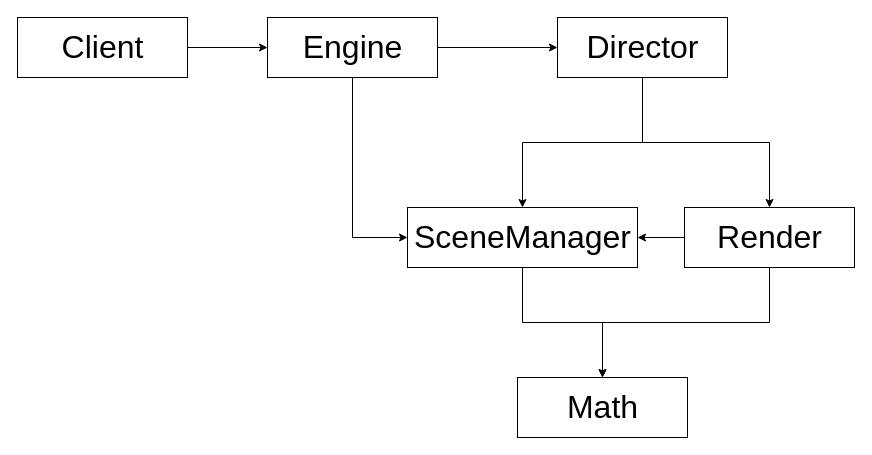
Before: packages/积木模式/store_after/UML.drawio in yyc-git/3DProgramPattern, a draw.io diagram. Source tidied: cells renumbered, new cells numbered last; positions are measured from the earlier drawing's top-left corner, leaving out a move shared by most shapes. Both pictures are drawn from the tidied source at 100%, with x=0, y=0 at pixel (17, 17).
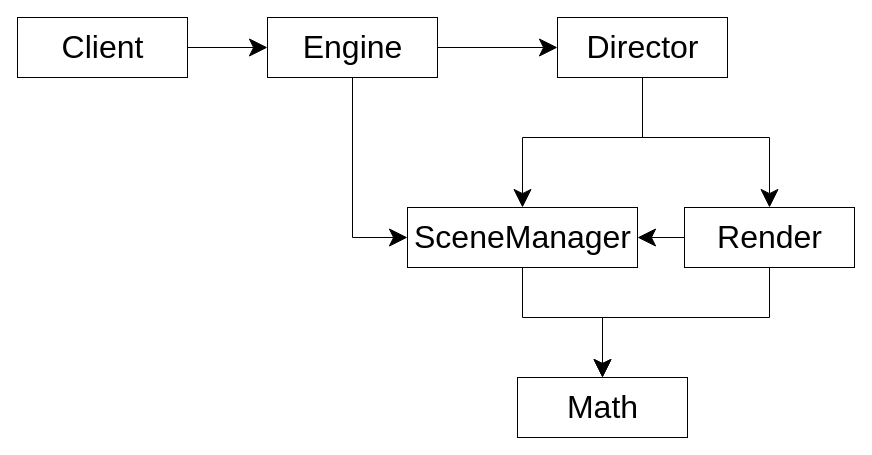
Above is the later version.

Diff of the diagram source:
```diff
@@
 <mxGraphModel>
   <root>
     <mxCell id="0" />
     <mxCell id="1" parent="0" />
-    <mxCell id="2" style="edgeStyle=orthogonalEdgeStyle;rounded=0;jettySize=auto;html=1;" parent="1" edge="1" source="3" target="6">
+    <mxCell id="2" style="edgeStyle=orthogonalEdgeStyle;rounded=0;jettySize=auto;html=1;endSize=16;startSize=16;" parent="1" edge="1" source="3" target="6">
       <mxGeometry relative="1" as="geometry" />
     </mxCell>
     <mxCell id="3" value="Client" style="html=1;fontSize=32;" parent="1" vertex="1">
       <mxGeometry width="170" height="60" as="geometry" />
     </mxCell>
-    <mxCell id="4" style="edgeStyle=orthogonalEdgeStyle;rounded=0;jettySize=auto;html=1;" parent="1" edge="1" source="6" target="9">
+    <mxCell id="4" style="edgeStyle=orthogonalEdgeStyle;rounded=0;jettySize=auto;html=1;endSize=16;startSize=16;" parent="1" edge="1" source="6" target="9">
       <mxGeometry relative="1" as="geometry" />
     </mxCell>
-    <mxCell id="5" style="edgeStyle=orthogonalEdgeStyle;rounded=0;jettySize=auto;html=1;entryX=0;entryY=0.5;entryDx=0;entryDy=0;" parent="1" edge="1" source="6" target="12">
+    <mxCell id="5" style="edgeStyle=orthogonalEdgeStyle;rounded=0;jettySize=auto;html=1;entryX=0;entryY=0.5;entryDx=0;entryDy=0;endSize=16;startSize=16;" parent="1" edge="1" source="6" target="12">
       <mxGeometry relative="1" as="geometry" />
     </mxCell>
     <mxCell id="6" value="Engine" style="html=1;fontSize=32;" parent="1" vertex="1">
       <mxGeometry x="250" width="170" height="60" as="geometry" />
     </mxCell>
-    <mxCell id="7" style="edgeStyle=orthogonalEdgeStyle;rounded=0;jettySize=auto;html=1;exitX=0.5;exitY=1;exitDx=0;exitDy=0;" parent="1" edge="1" source="9" target="15">
+    <mxCell id="7" style="edgeStyle=orthogonalEdgeStyle;rounded=0;jettySize=auto;html=1;exitX=0.5;exitY=1;exitDx=0;exitDy=0;endSize=16;startSize=16;" parent="1" edge="1" source="9" target="15">
       <mxGeometry relative="1" as="geometry" />
     </mxCell>
-    <mxCell id="8" style="edgeStyle=orthogonalEdgeStyle;rounded=0;jettySize=auto;html=1;" parent="1" edge="1" source="9" target="12">
+    <mxCell id="8" style="edgeStyle=orthogonalEdgeStyle;rounded=0;jettySize=auto;html=1;endSize=16;startSize=16;" parent="1" edge="1" source="9" target="12">
       <mxGeometry relative="1" as="geometry" />
     </mxCell>
     <mxCell id="9" value="Director" style="html=1;fontSize=32;" parent="1" vertex="1">
       <mxGeometry x="540" width="170" height="60" as="geometry" />
     </mxCell>
     <mxCell id="10" value="Math" style="html=1;fontSize=32;" parent="1" vertex="1">
       <mxGeometry x="500" y="360" width="170" height="60" as="geometry" />
     </mxCell>
-    <mxCell id="11" style="edgeStyle=orthogonalEdgeStyle;rounded=0;jettySize=auto;html=1;" parent="1" edge="1" source="12" target="10">
+    <mxCell id="11" style="edgeStyle=orthogonalEdgeStyle;rounded=0;jettySize=auto;html=1;endSize=16;startSize=16;" parent="1" edge="1" source="12" target="10">
       <mxGeometry relative="1" as="geometry" />
     </mxCell>
     <mxCell id="12" value="SceneManager" style="html=1;fontSize=32;" parent="1" vertex="1">
       <mxGeometry x="390" y="190" width="230" height="60" as="geometry" />
     </mxCell>
-    <mxCell id="13" style="edgeStyle=orthogonalEdgeStyle;rounded=0;jettySize=auto;html=1;" parent="1" edge="1" source="15" target="12">
+    <mxCell id="13" style="edgeStyle=orthogonalEdgeStyle;rounded=0;jettySize=auto;html=1;endSize=16;startSize=16;" parent="1" edge="1" source="15" target="12">
       <mxGeometry relative="1" as="geometry" />
     </mxCell>
-    <mxCell id="14" style="edgeStyle=orthogonalEdgeStyle;rounded=0;jettySize=auto;html=1;entryX=0.5;entryY=0;entryDx=0;entryDy=0;exitX=0.5;exitY=1;exitDx=0;exitDy=0;" parent="1" edge="1" source="15" target="10">
+    <mxCell id="14" style="edgeStyle=orthogonalEdgeStyle;rounded=0;jettySize=auto;html=1;entryX=0.5;entryY=0;entryDx=0;entryDy=0;exitX=0.5;exitY=1;exitDx=0;exitDy=0;endSize=16;startSize=16;" parent="1" edge="1" source="15" target="10">
       <mxGeometry relative="1" as="geometry" />
     </mxCell>
     <mxCell id="15" value="Render" style="html=1;fontSize=32;" parent="1" vertex="1">
       <mxGeometry x="667" y="190" width="170" height="60" as="geometry" />
     </mxCell>
   </root>
 </mxGraphModel>
```
